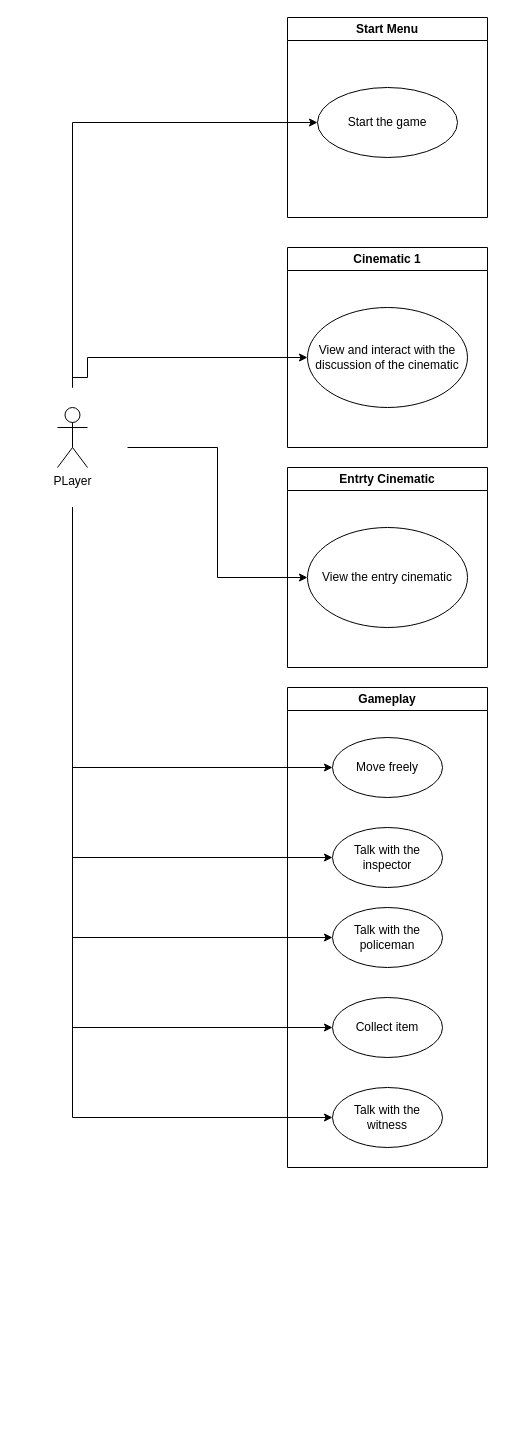
Earlier version of the draw.io diagram Assets/Charts/usecasediagram.drawio (Yusuf003007/FIFTH-CASE). Source tidied: cells renumbered, new cells numbered last; positions are measured from the earlier drawing's top-left corner, leaving out a move shared by most shapes. Both pictures are drawn from the tidied source at 100%, with x=0, y=0 at pixel (17, 17).
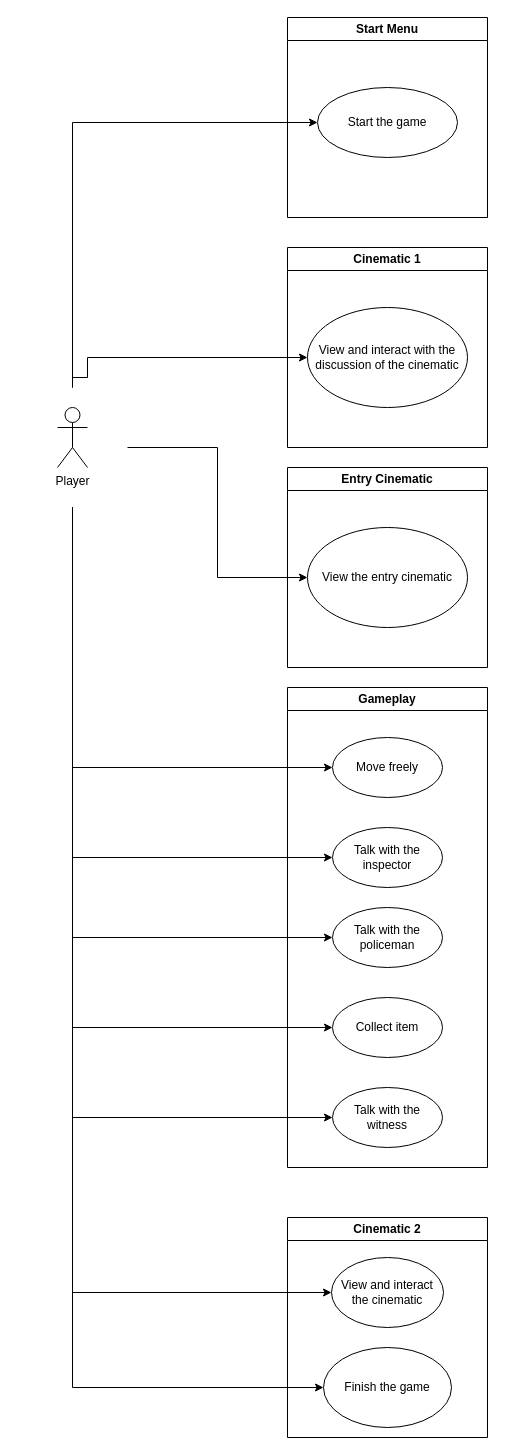
The same page after the edit.

Unchanged cells that the change refers to:
```xml
<mxCell id="10" style="rounded=0;whiteSpace=wrap;html=1;fillColor=none;strokeColor=none;" parent="1" vertex="1">
  <mxGeometry y="370" width="110" height="120" as="geometry" />
</mxCell>
```

Change to the diagram source:
```diff
@@
+    <mxCell id="24" style="edgeStyle=orthogonalEdgeStyle;rounded=0;jettySize=auto;html=1;exitX=0.5;exitY=1;exitDx=0;exitDy=0;entryX=0;entryY=0.5;entryDx=0;entryDy=0;" parent="1" edge="1" source="10" target="27">
+      <mxGeometry relative="1" as="geometry" />
+    </mxCell>
+    <mxCell id="25" style="edgeStyle=orthogonalEdgeStyle;rounded=0;jettySize=auto;html=1;exitX=0.5;exitY=1;exitDx=0;exitDy=0;entryX=0;entryY=0.5;entryDx=0;entryDy=0;" parent="1" edge="1" source="10" target="28">
+      <mxGeometry relative="1" as="geometry" />
+    </mxCell>
@@
-    <mxCell id="11" value="PLayer&lt;div&gt;&lt;br&gt;&lt;/div&gt;" style="shape=umlActor;verticalLabelPosition=bottom;verticalAlign=top;html=1;" parent="1" vertex="1">
+    <mxCell id="11" value="Player&lt;div&gt;&lt;br&gt;&lt;/div&gt;" style="shape=umlActor;verticalLabelPosition=bottom;verticalAlign=top;html=1;" parent="1" vertex="1">
       <mxGeometry x="40" y="390" width="30" height="60" as="geometry" />
     </mxCell>
@@
-    <mxCell id="16" value="Entrty Cinematic" style="swimlane;whiteSpace=wrap;html=1;" parent="1" vertex="1">
+    <mxCell id="16" value="Entry Cinematic" style="swimlane;whiteSpace=wrap;html=1;" parent="1" vertex="1">
       <mxGeometry x="270" y="450" width="200" height="200" as="geometry" />
     </mxCell>
@@
+    <mxCell id="26" value="Cinematic 2" style="swimlane;whiteSpace=wrap;html=1;" parent="1" vertex="1">
+      <mxGeometry x="270" y="1200" width="200" height="220" as="geometry" />
+    </mxCell>
+    <mxCell id="27" value="View and interact the cinematic" style="ellipse;whiteSpace=wrap;html=1;" parent="26" vertex="1">
+      <mxGeometry x="44" y="40" width="112" height="70" as="geometry" />
+    </mxCell>
+    <mxCell id="28" value="Finish the game" style="ellipse;whiteSpace=wrap;html=1;" parent="26" vertex="1">
+      <mxGeometry x="36" y="130" width="128" height="80" as="geometry" />
+    </mxCell>
```
